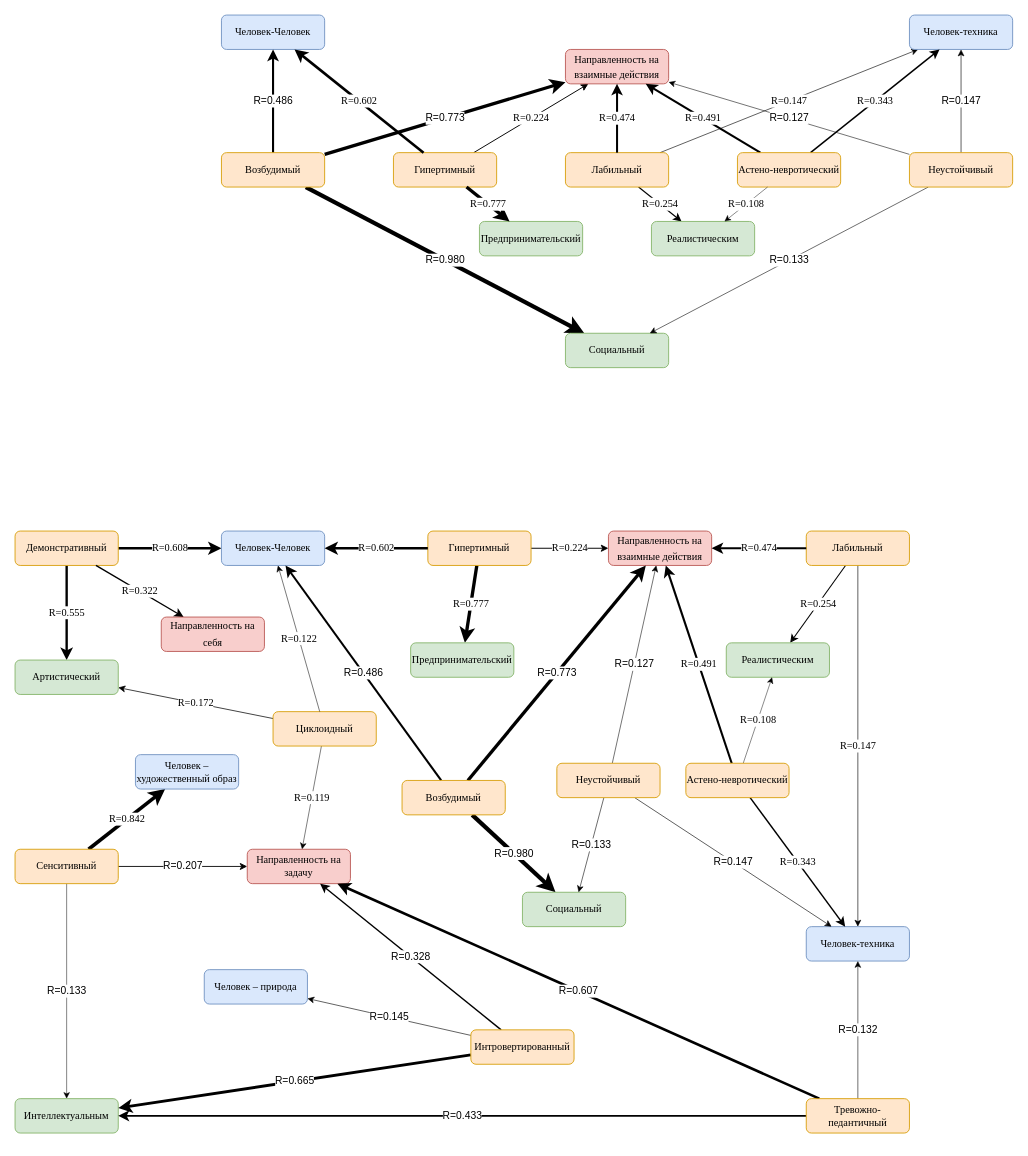
Above: Преяды пополам.drawio in Mikhailgumerov/drawio (draw.io), before the change. Source tidied: cells renumbered, new cells numbered last; positions are measured from the earlier drawing's top-left corner, leaving out a move shared by most shapes. Both pictures are drawn from the tidied source at 86%, with x=0, y=0 at pixel (15, 15).
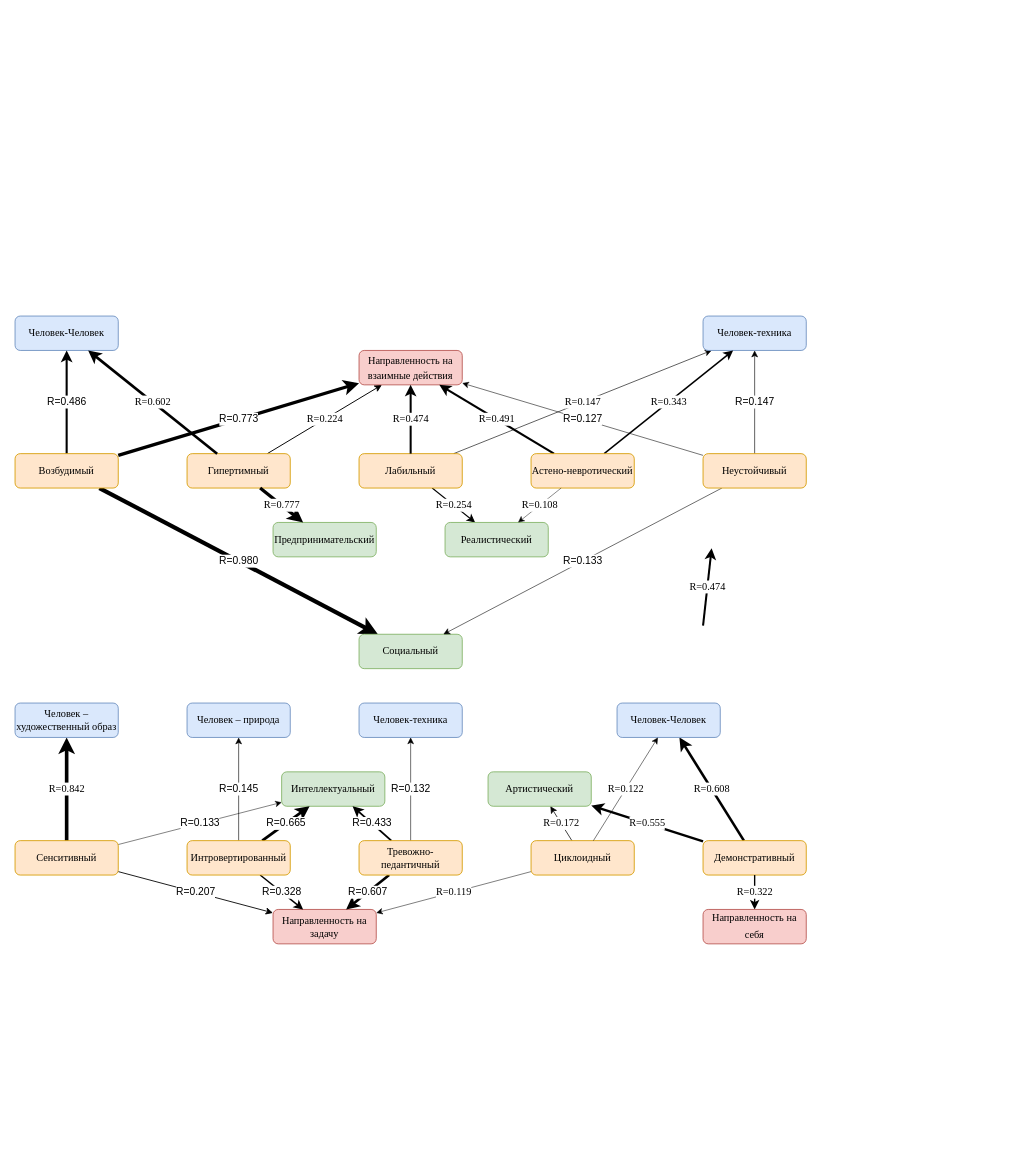
The same diagram, later.

What changed in the source:
```diff
@@
-<mxGraphModel>
+<mxGraphModel background="#ffffff">
@@
     <mxCell id="4" value="&lt;span style=&quot;text-align: start; line-height: 19.9733px;&quot;&gt;&lt;font&gt;Демонстративный&lt;/font&gt;&lt;/span&gt;&lt;span style=&quot;text-align: start;&quot;&gt;&lt;/span&gt;" style="rounded=1;whiteSpace=wrap;html=1;fontFamily=Times New Roman;fontSize=12;fillColor=#ffe6cc;strokeColor=#d79b00;" parent="1" vertex="1">
-      <mxGeometry y="600" width="120" height="40" as="geometry" />
+      <mxGeometry x="800" y="960" width="120" height="40" as="geometry" />
     </mxCell>
     <mxCell id="5" value="Человек-Человек" style="whiteSpace=wrap;html=1;rounded=1;fontFamily=Times New Roman;fontSize=12;fillColor=#dae8fc;strokeColor=#6c8ebf;" parent="1" vertex="1">
-      <mxGeometry x="240" y="600" width="120" height="40" as="geometry" />
+      <mxGeometry x="700" y="800" width="120" height="40" as="geometry" />
     </mxCell>
     <mxCell id="6" value="&lt;br&gt;&lt;span&gt;&lt;font&gt;Артистический&lt;/font&gt;&lt;/span&gt;&lt;div&gt;&lt;br&gt;&lt;/div&gt;" style="whiteSpace=wrap;html=1;fontFamily=Times New Roman;fillColor=#d5e8d4;strokeColor=#82b366;rounded=1;fontSize=12;" parent="1" vertex="1">
-      <mxGeometry y="750" width="120" height="40" as="geometry" />
+      <mxGeometry x="550" y="880" width="120" height="40" as="geometry" />
     </mxCell>
@@
     <mxCell id="8" value="&lt;span style=&quot;text-align: start; line-height: 19.9733px;&quot;&gt;&lt;font&gt;Направленность на себя&lt;/font&gt;&lt;/span&gt;&lt;span style=&quot;text-align: start;&quot;&gt;&lt;/span&gt;" style="rounded=1;whiteSpace=wrap;html=1;fillColor=#f8cecc;strokeColor=#b85450;fontFamily=Times New Roman;fontSize=12;" parent="1" vertex="1">
-      <mxGeometry x="170" y="700" width="120" height="40" as="geometry" />
+      <mxGeometry x="800" y="1040" width="120" height="40" as="geometry" />
     </mxCell>
-    <mxCell id="9" value="R=0.777" style="rounded=0;jettySize=auto;html=1;strokeWidth=3.885;fontFamily=Times New Roman;fontSize=12;strokeColor=default;" parent="1" edge="1" source="11" target="13">
-      <mxGeometry relative="1" as="geometry" />
-    </mxCell>
-    <mxCell id="10" value="R=0.224" style="rounded=0;jettySize=auto;html=1;strokeWidth=1.12;fontFamily=Times New Roman;fontSize=12;strokeColor=default;" parent="1" edge="1" source="11" target="14">
-      <mxGeometry relative="1" as="geometry" />
+    <mxCell id="10" value="R=0.224" style="rounded=0;orthogonalLoop=1;jettySize=auto;html=1;strokeWidth=1.12;fontFamily=Times New Roman;fontSize=12;strokeColor=default;" parent="1" edge="1">
+      <mxGeometry relative="1" as="geometry">
+        <mxPoint x="690" y="620" as="targetPoint" />
+      </mxGeometry>
     </mxCell>
-    <mxCell id="11" value="&lt;br&gt;&lt;span&gt;Гипертимный&lt;/span&gt;&lt;div&gt;&lt;br&gt;&lt;/div&gt;" style="rounded=1;whiteSpace=wrap;html=1;fillColor=#ffe6cc;strokeColor=#d79b00;fontFamily=Times New Roman;fontSize=12;" parent="1" vertex="1">
-      <mxGeometry x="480" y="600" width="120" height="40" as="geometry" />
-    </mxCell>
-    <mxCell id="12" value="R=0.602" style="endArrow=classic;html=1;rounded=0;strokeWidth=3.01;fontFamily=Times New Roman;fontSize=12;strokeColor=default;" parent="1" edge="1" source="11" target="5">
-      <mxGeometry relative="1" as="geometry" />
-    </mxCell>
-    <mxCell id="13" value="&lt;br&gt;&lt;span&gt;Предпринимательский&lt;/span&gt;&lt;div&gt;&lt;br&gt;&lt;/div&gt;" style="rounded=1;whiteSpace=wrap;html=1;fillColor=#d5e8d4;strokeColor=#82b366;fontFamily=Times New Roman;fontSize=12;" parent="1" vertex="1">
-      <mxGeometry x="460" y="730" width="120" height="40" as="geometry" />
-    </mxCell>
-    <mxCell id="14" value="&lt;span style=&quot;text-align: start; line-height: 19.9733px;&quot;&gt;Н&lt;/span&gt;&lt;span style=&quot;text-align: start; background-color: transparent;&quot;&gt;аправленность на взаимные действия&lt;/span&gt;&lt;div&gt;&lt;span style=&quot;text-align: start;&quot;&gt;&lt;/span&gt;&lt;/div&gt;" style="rounded=1;whiteSpace=wrap;html=1;fillColor=#f8cecc;strokeColor=#b85450;fontFamily=Times New Roman;fontSize=12;" parent="1" vertex="1">
-      <mxGeometry x="690" y="600" width="120" height="40" as="geometry" />
-    </mxCell>
@@
     <mxCell id="17" value="&lt;br&gt;&lt;span&gt;Циклоидный&lt;/span&gt;&lt;div&gt;&lt;br&gt;&lt;/div&gt;" style="rounded=1;whiteSpace=wrap;html=1;fillColor=#ffe6cc;strokeColor=#d79b00;fontSize=12;fontFamily=Times New Roman;" parent="1" vertex="1">
-      <mxGeometry x="300" y="810" width="120" height="40" as="geometry" />
+      <mxGeometry x="600" y="960" width="120" height="40" as="geometry" />
     </mxCell>
@@
     <mxCell id="19" value="&lt;div&gt;&lt;span style=&quot;background-color: transparent;&quot;&gt;Н&lt;/span&gt;&lt;span style=&quot;background-color: transparent;&quot;&gt;аправленность на задачу&lt;/span&gt;&lt;br&gt;&lt;/div&gt;" style="rounded=1;whiteSpace=wrap;html=1;fillColor=#f8cecc;strokeColor=#b85450;fontSize=12;fontFamily=Times New Roman;" parent="1" vertex="1">
-      <mxGeometry x="270" y="970" width="120" height="40" as="geometry" />
+      <mxGeometry x="300" y="1040" width="120" height="40" as="geometry" />
     </mxCell>
-    <mxCell id="20" value="R=0.254" style="rounded=0;jettySize=auto;html=1;fontSize=12;fontFamily=Times New Roman;strokeWidth=1.27;" parent="1" edge="1" source="22" target="24">
-      <mxGeometry relative="1" as="geometry" />
-    </mxCell>
-    <mxCell id="21" value="R=0.147" style="rounded=0;jettySize=auto;html=1;fontSize=12;fontFamily=Times New Roman;strokeWidth=0.735;" parent="1" edge="1" source="22" target="23">
-      <mxGeometry relative="1" as="geometry" />
-    </mxCell>
-    <mxCell id="22" value="&lt;span&gt;Лабильный&lt;/span&gt;" style="rounded=1;whiteSpace=wrap;html=1;fillColor=#ffe6cc;strokeColor=#d79b00;fontSize=12;fontFamily=Times New Roman;" parent="1" vertex="1">
-      <mxGeometry x="920" y="600" width="120" height="40" as="geometry" />
-    </mxCell>
     <mxCell id="23" value="&lt;span&gt;Человек-техника&lt;/span&gt;" style="rounded=1;whiteSpace=wrap;html=1;fillColor=#dae8fc;strokeColor=#6c8ebf;fontSize=12;fontFamily=Times New Roman;" parent="1" vertex="1">
-      <mxGeometry x="920" y="1060" width="120" height="40" as="geometry" />
+      <mxGeometry x="400" y="800" width="120" height="40" as="geometry" />
     </mxCell>
-    <mxCell id="24" value="&lt;span&gt;Реалистическим&lt;/span&gt;" style="rounded=1;whiteSpace=wrap;html=1;fillColor=#d5e8d4;strokeColor=#82b366;fontSize=12;fontFamily=Times New Roman;" parent="1" vertex="1">
-      <mxGeometry x="827" y="730" width="120" height="40" as="geometry" />
-    </mxCell>
-    <mxCell id="25" value="R=0.491" style="rounded=0;jettySize=auto;html=1;fontSize=12;fontFamily=Times New Roman;strokeWidth=2.455;" parent="1" edge="1" source="28" target="14">
-      <mxGeometry relative="1" as="geometry" />
+    <mxCell id="25" value="R=0.491" style="rounded=0;orthogonalLoop=1;jettySize=auto;html=1;fontSize=12;fontFamily=Times New Roman;strokeWidth=2.455;" parent="1" edge="1">
+      <mxGeometry relative="1" as="geometry">
+        <mxPoint x="756.7" y="640" as="targetPoint" />
+      </mxGeometry>
     </mxCell>
-    <mxCell id="26" value="R=0.108" style="rounded=0;jettySize=auto;html=1;fontSize=12;fontFamily=Times New Roman;strokeWidth=0.54;" parent="1" edge="1" source="28" target="24">
-      <mxGeometry relative="1" as="geometry" />
-    </mxCell>
-    <mxCell id="27" value="R=0.343" style="rounded=0;jettySize=auto;html=1;fontSize=12;fontFamily=Times New Roman;strokeWidth=1.715;" parent="1" edge="1" source="28" target="23">
-      <mxGeometry relative="1" as="geometry" />
-    </mxCell>
-    <mxCell id="28" value="&lt;br&gt;&lt;span&gt;Астено-невротический&lt;/span&gt;&lt;div&gt;&lt;br&gt;&lt;/div&gt;" style="rounded=1;whiteSpace=wrap;html=1;fillColor=#ffe6cc;strokeColor=#d79b00;fontSize=12;fontFamily=Times New Roman;" parent="1" vertex="1">
-      <mxGeometry x="780" y="870" width="120" height="40" as="geometry" />
-    </mxCell>
@@
     <mxCell id="32" value="&lt;span&gt;Сенситивный&lt;/span&gt;" style="rounded=1;whiteSpace=wrap;html=1;fillColor=#ffe6cc;strokeColor=#d79b00;fontSize=12;fontFamily=Times New Roman;" parent="1" vertex="1">
-      <mxGeometry y="970" width="120" height="40" as="geometry" />
+      <mxGeometry y="960" width="120" height="40" as="geometry" />
     </mxCell>
     <mxCell id="33" value="&lt;br&gt;&lt;span&gt;Человек – художественный образ&lt;/span&gt;&lt;div&gt;&lt;br&gt;&lt;/div&gt;" style="rounded=1;whiteSpace=wrap;html=1;fillColor=#dae8fc;strokeColor=#6c8ebf;fontSize=12;fontFamily=Times New Roman;" parent="1" vertex="1">
-      <mxGeometry x="140" y="860" width="120" height="40" as="geometry" />
+      <mxGeometry y="800" width="120" height="40" as="geometry" />
     </mxCell>
-    <mxCell id="34" value="&lt;br&gt;&lt;span&gt;Интеллектуальным&lt;/span&gt;&lt;div&gt;&lt;br&gt;&lt;/div&gt;" style="rounded=1;whiteSpace=wrap;html=1;fillColor=#d5e8d4;strokeColor=#82b366;fontSize=12;fontFamily=Times New Roman;" parent="1" vertex="1">
-      <mxGeometry y="1260" width="120" height="40" as="geometry" />
+    <mxCell id="34" value="&lt;br&gt;&lt;span&gt;Интеллектуальный&lt;/span&gt;&lt;div&gt;&lt;br&gt;&lt;/div&gt;" style="rounded=1;whiteSpace=wrap;html=1;fillColor=#d5e8d4;strokeColor=#82b366;fontSize=12;fontFamily=Times New Roman;" parent="1" vertex="1">
+      <mxGeometry x="310" y="880" width="120" height="40" as="geometry" />
     </mxCell>
@@
     <mxCell id="38" value="&lt;br&gt;&lt;span style=&quot;font-family: &amp;quot;Times New Roman&amp;quot;;&quot;&gt;Тревожно-педантичный&lt;/span&gt;&lt;div&gt;&lt;br&gt;&lt;/div&gt;" style="rounded=1;whiteSpace=wrap;html=1;fillColor=#ffe6cc;strokeColor=#d79b00;fontSize=12;" parent="1" vertex="1">
-      <mxGeometry x="920" y="1260" width="120" height="40" as="geometry" />
+      <mxGeometry x="400" y="960" width="120" height="40" as="geometry" />
     </mxCell>
@@
     <mxCell id="42" value="&lt;span style=&quot;text-align: start; line-height: 19.9733px; font-family: &amp;quot;Times New Roman&amp;quot;;&quot;&gt;Интровертированный&lt;/span&gt;&lt;span style=&quot;text-align: start;&quot;&gt;&lt;/span&gt;" style="rounded=1;whiteSpace=wrap;html=1;fillColor=#ffe6cc;strokeColor=#d79b00;fontSize=12;" parent="1" vertex="1">
-      <mxGeometry x="530" y="1180" width="120" height="40" as="geometry" />
+      <mxGeometry x="200" y="960" width="120" height="40" as="geometry" />
     </mxCell>
     <mxCell id="43" value="&lt;br&gt;&lt;span style=&quot;font-family: &amp;quot;Times New Roman&amp;quot;;&quot;&gt;Человек – природа&lt;/span&gt;&lt;div&gt;&lt;br&gt;&lt;/div&gt;" style="rounded=1;whiteSpace=wrap;html=1;fillColor=#dae8fc;strokeColor=#6c8ebf;fontSize=12;" parent="1" vertex="1">
-      <mxGeometry x="220" y="1110" width="120" height="40" as="geometry" />
+      <mxGeometry x="200" y="800" width="120" height="40" as="geometry" />
     </mxCell>
-    <mxCell id="44" value="R=0.486" style="rounded=0;jettySize=auto;html=1;fontSize=12;strokeWidth=2.43;" parent="1" edge="1" source="47" target="5">
-      <mxGeometry relative="1" as="geometry" />
-    </mxCell>
-    <mxCell id="45" value="R=0.773" style="rounded=0;jettySize=auto;html=1;fontSize=12;strokeWidth=3.865;" parent="1" edge="1" source="47" target="14">
-      <mxGeometry relative="1" as="geometry" />
+    <mxCell id="45" value="R=0.773" style="rounded=0;orthogonalLoop=1;jettySize=auto;html=1;fontSize=12;strokeWidth=3.865;" parent="1" edge="1">
+      <mxGeometry relative="1" as="geometry">
+        <mxPoint x="733.4" y="640" as="targetPoint" />
+      </mxGeometry>
     </mxCell>
-    <mxCell id="46" value="R=0.980" style="rounded=0;jettySize=auto;html=1;fontSize=12;strokeWidth=4.9;" parent="1" edge="1" source="47" target="48">
-      <mxGeometry relative="1" as="geometry" />
-    </mxCell>
-    <mxCell id="47" value="&lt;br&gt;&lt;span style=&quot;font-family: &amp;quot;Times New Roman&amp;quot;;&quot;&gt;Возбудимый&lt;/span&gt;&lt;div&gt;&lt;br&gt;&lt;/div&gt;" style="rounded=1;whiteSpace=wrap;html=1;fillColor=#ffe6cc;strokeColor=#d79b00;fontSize=12;" parent="1" vertex="1">
-      <mxGeometry x="450" y="890" width="120" height="40" as="geometry" />
-    </mxCell>
-    <mxCell id="48" value="&lt;br&gt;&lt;span style=&quot;font-family: &amp;quot;Times New Roman&amp;quot;;&quot;&gt;Социальный&lt;/span&gt;&lt;div&gt;&lt;br&gt;&lt;/div&gt;" style="rounded=1;whiteSpace=wrap;html=1;fillColor=#d5e8d4;strokeColor=#82b366;fontSize=12;" parent="1" vertex="1">
-      <mxGeometry x="590" y="1020" width="120" height="40" as="geometry" />
-    </mxCell>
-    <mxCell id="49" value="R=0.127" style="rounded=0;jettySize=auto;html=1;fontSize=12;strokeWidth=0.635;" parent="1" edge="1" source="52" target="14">
-      <mxGeometry relative="1" as="geometry" />
+    <mxCell id="49" value="R=0.127" style="rounded=0;orthogonalLoop=1;jettySize=auto;html=1;fontSize=12;strokeWidth=0.635;" parent="1" edge="1">
+      <mxGeometry relative="1" as="geometry">
+        <mxPoint x="745.6" y="640" as="targetPoint" />
+      </mxGeometry>
     </mxCell>
-    <mxCell id="50" value="R=0.133" style="rounded=0;jettySize=auto;html=1;fontSize=12;strokeWidth=0.665;" parent="1" edge="1" source="52" target="48">
-      <mxGeometry relative="1" as="geometry" />
-    </mxCell>
-    <mxCell id="51" value="R=0.147" style="rounded=0;jettySize=auto;html=1;fontSize=12;strokeWidth=0.735;" parent="1" edge="1" source="52" target="23">
-      <mxGeometry relative="1" as="geometry" />
-    </mxCell>
-    <mxCell id="52" value="&lt;br&gt;&lt;span style=&quot;font-family: &amp;quot;Times New Roman&amp;quot;;&quot;&gt;Неустойчивый&lt;/span&gt;&lt;div&gt;&lt;br&gt;&lt;/div&gt;" style="rounded=1;whiteSpace=wrap;html=1;fillColor=#ffe6cc;strokeColor=#d79b00;fontSize=12;" parent="1" vertex="1">
-      <mxGeometry x="630" y="870" width="120" height="40" as="geometry" />
-    </mxCell>
-    <mxCell id="53" value="R=0.474" style="rounded=0;jettySize=auto;html=1;fontSize=12;fontFamily=Times New Roman;strokeWidth=2.37;" parent="1" edge="1" source="22" target="14">
-      <mxGeometry relative="1" as="geometry" />
+    <mxCell id="53" value="R=0.474" style="rounded=0;orthogonalLoop=1;jettySize=auto;html=1;fontSize=12;fontFamily=Times New Roman;strokeWidth=2.37;" parent="1" edge="1">
+      <mxGeometry relative="1" as="geometry">
+        <mxPoint x="800" y="710" as="sourcePoint" />
+        <mxPoint x="810" y="620" as="targetPoint" />
+      </mxGeometry>
     </mxCell>
     <mxCell id="54" value="Человек-Человек" style="whiteSpace=wrap;html=1;rounded=1;fontFamily=Times New Roman;fontSize=12;fillColor=#dae8fc;strokeColor=#6c8ebf;" parent="1" vertex="1">
-      <mxGeometry x="240" width="120" height="40" as="geometry" />
+      <mxGeometry y="350" width="120" height="40" as="geometry" />
     </mxCell>
@@
     <mxCell id="56" value="&lt;br&gt;&lt;span&gt;Гипертимный&lt;/span&gt;&lt;div&gt;&lt;br&gt;&lt;/div&gt;" style="rounded=1;whiteSpace=wrap;html=1;fillColor=#ffe6cc;strokeColor=#d79b00;fontFamily=Times New Roman;fontSize=12;" parent="1" vertex="1">
-      <mxGeometry x="440" y="160" width="120" height="40" as="geometry" />
+      <mxGeometry x="200" y="510" width="120" height="40" as="geometry" />
     </mxCell>
@@
     <mxCell id="58" value="&lt;br&gt;&lt;span&gt;Предпринимательский&lt;/span&gt;&lt;div&gt;&lt;br&gt;&lt;/div&gt;" style="rounded=1;whiteSpace=wrap;html=1;fillColor=#d5e8d4;strokeColor=#82b366;fontFamily=Times New Roman;fontSize=12;" parent="1" vertex="1">
-      <mxGeometry x="540" y="240" width="120" height="40" as="geometry" />
+      <mxGeometry x="300" y="590" width="120" height="40" as="geometry" />
     </mxCell>
     <mxCell id="59" value="&lt;span style=&quot;text-align: start; line-height: 19.9733px;&quot;&gt;Н&lt;/span&gt;&lt;span style=&quot;text-align: start; background-color: transparent;&quot;&gt;аправленность на взаимные действия&lt;/span&gt;&lt;div&gt;&lt;span style=&quot;text-align: start;&quot;&gt;&lt;/span&gt;&lt;/div&gt;" style="rounded=1;whiteSpace=wrap;html=1;fillColor=#f8cecc;strokeColor=#b85450;fontFamily=Times New Roman;fontSize=12;" parent="1" vertex="1">
-      <mxGeometry x="640" y="40" width="120" height="40" as="geometry" />
+      <mxGeometry x="400" y="390" width="120" height="40" as="geometry" />
     </mxCell>
@@
     <mxCell id="62" value="&lt;span&gt;Лабильный&lt;/span&gt;" style="rounded=1;whiteSpace=wrap;html=1;fillColor=#ffe6cc;strokeColor=#d79b00;fontSize=12;fontFamily=Times New Roman;" parent="1" vertex="1">
-      <mxGeometry x="640" y="160" width="120" height="40" as="geometry" />
+      <mxGeometry x="400" y="510" width="120" height="40" as="geometry" />
     </mxCell>
     <mxCell id="63" value="&lt;span&gt;Человек-техника&lt;/span&gt;" style="rounded=1;whiteSpace=wrap;html=1;fillColor=#dae8fc;strokeColor=#6c8ebf;fontSize=12;fontFamily=Times New Roman;" parent="1" vertex="1">
-      <mxGeometry x="1040" width="120" height="40" as="geometry" />
+      <mxGeometry x="800" y="350" width="120" height="40" as="geometry" />
     </mxCell>
-    <mxCell id="64" value="&lt;span&gt;Реалистическим&lt;/span&gt;" style="rounded=1;whiteSpace=wrap;html=1;fillColor=#d5e8d4;strokeColor=#82b366;fontSize=12;fontFamily=Times New Roman;" parent="1" vertex="1">
-      <mxGeometry x="740" y="240" width="120" height="40" as="geometry" />
+    <mxCell id="64" value="&lt;span&gt;Реалистический&lt;/span&gt;" style="rounded=1;whiteSpace=wrap;html=1;fillColor=#d5e8d4;strokeColor=#82b366;fontSize=12;fontFamily=Times New Roman;" parent="1" vertex="1">
+      <mxGeometry x="500" y="590" width="120" height="40" as="geometry" />
     </mxCell>
@@
     <mxCell id="67" value="&lt;br&gt;&lt;span&gt;Астено-невротический&lt;/span&gt;&lt;div&gt;&lt;br&gt;&lt;/div&gt;" style="rounded=1;whiteSpace=wrap;html=1;fillColor=#ffe6cc;strokeColor=#d79b00;fontSize=12;fontFamily=Times New Roman;" parent="1" vertex="1">
-      <mxGeometry x="840" y="160" width="120" height="40" as="geometry" />
+      <mxGeometry x="600" y="510" width="120" height="40" as="geometry" />
     </mxCell>
@@
     <mxCell id="71" value="&lt;br&gt;&lt;span style=&quot;font-family: &amp;quot;Times New Roman&amp;quot;;&quot;&gt;Возбудимый&lt;/span&gt;&lt;div&gt;&lt;br&gt;&lt;/div&gt;" style="rounded=1;whiteSpace=wrap;html=1;fillColor=#ffe6cc;strokeColor=#d79b00;fontSize=12;" parent="1" vertex="1">
-      <mxGeometry x="240" y="160" width="120" height="40" as="geometry" />
+      <mxGeometry y="510" width="120" height="40" as="geometry" />
     </mxCell>
     <mxCell id="72" value="&lt;br&gt;&lt;span style=&quot;font-family: &amp;quot;Times New Roman&amp;quot;;&quot;&gt;Социальный&lt;/span&gt;&lt;div&gt;&lt;br&gt;&lt;/div&gt;" style="rounded=1;whiteSpace=wrap;html=1;fillColor=#d5e8d4;strokeColor=#82b366;fontSize=12;" parent="1" vertex="1">
-      <mxGeometry x="640" y="370" width="120" height="40" as="geometry" />
+      <mxGeometry x="400" y="720" width="120" height="40" as="geometry" />
     </mxCell>
@@
     <mxCell id="76" value="&lt;br&gt;&lt;span style=&quot;font-family: &amp;quot;Times New Roman&amp;quot;;&quot;&gt;Неустойчивый&lt;/span&gt;&lt;div&gt;&lt;br&gt;&lt;/div&gt;" style="rounded=1;whiteSpace=wrap;html=1;fillColor=#ffe6cc;strokeColor=#d79b00;fontSize=12;" parent="1" vertex="1">
-      <mxGeometry x="1040" y="160" width="120" height="40" as="geometry" />
+      <mxGeometry x="800" y="510" width="120" height="40" as="geometry" />
     </mxCell>
```
